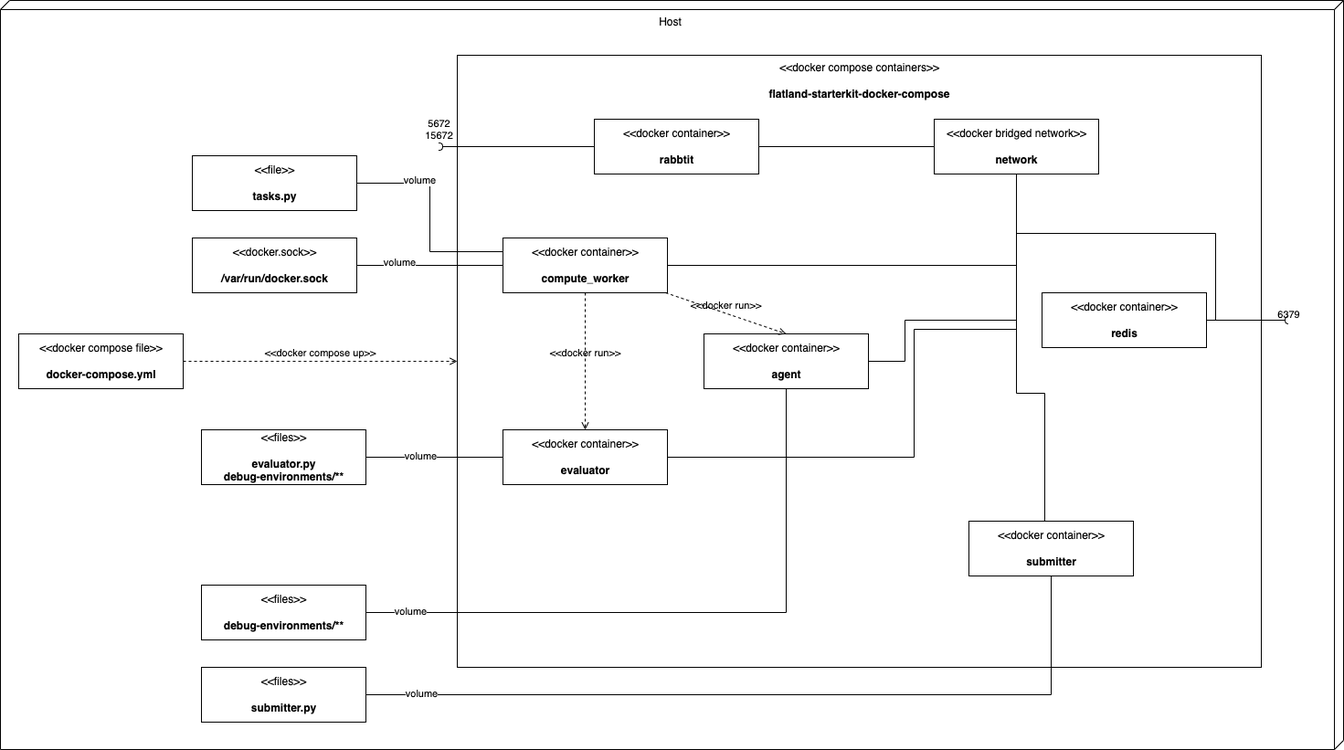
Before: evaluation/img/deployment.drawio.png, a diagram exported from draw.io (flatland-association/flatland-benchmarks). Source tidied: cells renumbered, new cells last; positions are measured from the earlier drawing's top-left corner, leaving out a move shared by most shapes.
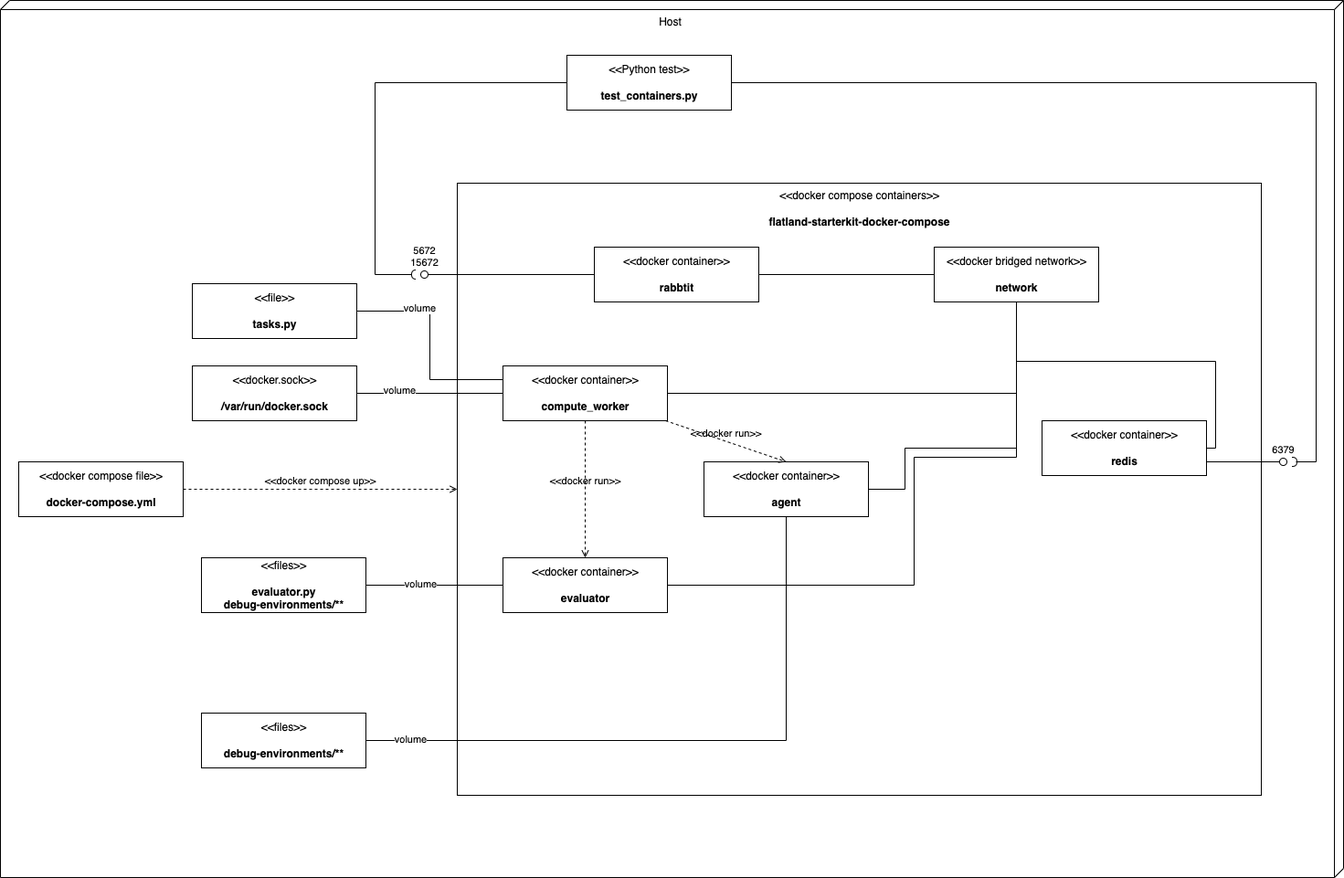
The same diagram one commit later.

The edit, as a diff of the source:
```diff
@@ -3,7 +3,7 @@
     <mxCell id="0" />
     <mxCell id="1" parent="0" />
     <mxCell id="2" value="Host" style="verticalAlign=top;align=center;shape=cube;size=10;direction=south;fontStyle=0;html=1;boundedLbl=1;spacingLeft=5;" parent="1" vertex="1">
-      <mxGeometry width="1470" height="820" as="geometry" />
+      <mxGeometry y="-140" width="1470" height="960" as="geometry" />
     </mxCell>
     <mxCell id="3" value="&amp;lt;&amp;lt;docker compose containers&amp;gt;&amp;gt;&lt;br&gt;&lt;br&gt;&lt;b&gt;flatland-starterkit-docker-compose&lt;/b&gt;" style="text;html=1;align=center;verticalAlign=top;dashed=0;fillColor=none;strokeColor=#000000;" parent="1" vertex="1">
       <mxGeometry x="500" y="60" width="880" height="670" as="geometry" />
@@ -26,11 +26,6 @@
     <mxCell id="9" value="&amp;lt;&amp;lt;docker compose up&amp;gt;&amp;gt;" style="html=1;verticalAlign=bottom;labelBackgroundColor=none;endArrow=open;endFill=0;dashed=1;rounded=0;exitX=1;exitY=0.5;exitDx=0;exitDy=0;" parent="1" edge="1" source="8" target="3">
       <mxGeometry relative="1" as="geometry" />
     </mxCell>
-    <mxCell id="10" value="5672&lt;br&gt;15672" style="html=1;verticalAlign=bottom;labelBackgroundColor=none;startArrow=halfCircle;startFill=0;startSize=2;endArrow=none;rounded=0;entryX=0;entryY=0.5;entryDx=0;entryDy=0;" parent="1" edge="1" target="4">
-      <mxGeometry x="-1" y="3" relative="1" as="geometry">
-        <mxPoint x="480" y="160" as="sourcePoint" />
-      </mxGeometry>
-    </mxCell>
     <mxCell id="11" style="endArrow=none;html=1;rounded=0;entryX=0;entryY=0.5;entryDx=0;entryDy=0;exitX=1;exitY=0.5;exitDx=0;exitDy=0;" parent="1" edge="1" source="4" target="7">
       <mxGeometry relative="1" as="geometry" />
     </mxCell>
@@ -52,9 +47,6 @@
     <mxCell id="17" value="&amp;lt;&amp;lt;docker run&amp;gt;&amp;gt;" style="html=1;verticalAlign=bottom;labelBackgroundColor=none;endArrow=open;endFill=0;dashed=1;rounded=0;entryX=0.5;entryY=0;entryDx=0;entryDy=0;" parent="1" edge="1" source="6" target="15">
       <mxGeometry relative="1" as="geometry" />
     </mxCell>
-    <mxCell id="18" value="&amp;lt;&amp;lt;docker container&amp;gt;&amp;gt;&lt;br&gt;&lt;br&gt;&lt;b&gt;submitter&lt;/b&gt;" style="text;html=1;align=center;verticalAlign=middle;dashed=0;fillColor=#ffffff;strokeColor=#000000;" parent="1" vertex="1">
-      <mxGeometry x="1060" y="570" width="180" height="60" as="geometry" />
-    </mxCell>
     <mxCell id="19" style="endArrow=none;html=1;rounded=0;edgeStyle=orthogonalEdgeStyle;entryX=0.5;entryY=1;entryDx=0;entryDy=0;" parent="1" edge="1" source="15" target="7">
       <mxGeometry relative="1" as="geometry">
         <Array as="points">
@@ -63,14 +55,6 @@
         </Array>
       </mxGeometry>
     </mxCell>
-    <mxCell id="20" style="endArrow=none;html=1;rounded=0;edgeStyle=orthogonalEdgeStyle;entryX=0.5;entryY=1;entryDx=0;entryDy=0;exitX=0.461;exitY=0;exitDx=0;exitDy=0;exitPerimeter=0;" parent="1" edge="1" source="18" target="7">
-      <mxGeometry relative="1" as="geometry">
-        <Array as="points">
-          <mxPoint x="1143" y="430" />
-          <mxPoint x="1112" y="430" />
-        </Array>
-      </mxGeometry>
-    </mxCell>
     <mxCell id="21" style="endArrow=none;html=1;rounded=0;edgeStyle=orthogonalEdgeStyle;entryX=0.5;entryY=1;entryDx=0;entryDy=0;" parent="1" edge="1" source="14" target="7">
       <mxGeometry relative="1" as="geometry">
         <Array as="points">
@@ -80,11 +64,6 @@
         </Array>
       </mxGeometry>
     </mxCell>
-    <mxCell id="22" value="6379" style="html=1;verticalAlign=bottom;labelBackgroundColor=none;startArrow=halfCircle;startFill=0;startSize=2;endArrow=none;rounded=0;" parent="1" edge="1" target="5">
-      <mxGeometry x="-1" y="3" relative="1" as="geometry">
-        <mxPoint x="1410" y="350" as="sourcePoint" />
-      </mxGeometry>
-    </mxCell>
     <mxCell id="23" value="&amp;lt;&amp;lt;files&amp;gt;&amp;gt;&lt;br&gt;&lt;br&gt;&lt;b&gt;evaluator.py&lt;br&gt;debug-environments/**&lt;br&gt;&lt;/b&gt;" style="text;html=1;align=center;verticalAlign=middle;dashed=0;fillColor=#ffffff;strokeColor=#000000;" parent="1" vertex="1">
       <mxGeometry x="220" y="470" width="180" height="60" as="geometry" />
     </mxCell>
@@ -121,14 +100,43 @@
     <mxCell id="34" value="volume" style="edgeLabel;html=1;align=center;verticalAlign=middle;" parent="33" vertex="1">
       <mxGeometry x="-0.42" y="4" relative="1" as="geometry" />
     </mxCell>
-    <mxCell id="35" value="&amp;lt;&amp;lt;files&amp;gt;&amp;gt;&lt;br&gt;&lt;br&gt;&lt;b&gt;submitter.py&lt;br&gt;&lt;/b&gt;" style="text;html=1;align=center;verticalAlign=middle;dashed=0;fillColor=#ffffff;strokeColor=#000000;" parent="1" vertex="1">
-      <mxGeometry x="220" y="730" width="180" height="60" as="geometry" />
+    <mxCell id="35" value="&amp;lt;&amp;lt;Python test&amp;gt;&amp;gt;&lt;br&gt;&lt;br&gt;&lt;b&gt;test_containers.py&lt;br&gt;&lt;/b&gt;" style="text;html=1;align=center;verticalAlign=middle;dashed=0;fillColor=#ffffff;strokeColor=#000000;" parent="1" vertex="1">
+      <mxGeometry x="620" y="-80" width="180" height="60" as="geometry" />
     </mxCell>
-    <mxCell id="36" style="endArrow=none;html=1;rounded=0;exitX=1;exitY=0.5;exitDx=0;exitDy=0;edgeStyle=orthogonalEdgeStyle;" parent="1" edge="1" source="35" target="18">
-      <mxGeometry relative="1" as="geometry" />
-    </mxCell>
-    <mxCell id="37" value="volume" style="edgeLabel;html=1;align=center;verticalAlign=middle;" parent="36" vertex="1">
-      <mxGeometry x="-0.86" y="2" relative="1" as="geometry" />
-    </mxCell>
+    <mxCell id="38" style="endArrow=none;html=1;rounded=0;align=center;verticalAlign=top;endFill=0;labelBackgroundColor=none;endSize=2;exitX=1;exitY=0.75;exitDx=0;exitDy=0;" parent="1" edge="1" source="5" target="22">
+      <mxGeometry relative="1" as="geometry" />
+    </mxCell>
+    <mxCell id="22" value="6379" style="ellipse;html=1;fontSize=11;align=center;fillColor=none;points=[];verticalAlign=bottom;labelPosition=center;verticalLabelPosition=top;flipH=1;" parent="1" vertex="1">
+      <mxGeometry x="1400" y="361" width="8" height="8" as="geometry" />
+    </mxCell>
+    <mxCell id="39" style="endArrow=none;html=1;rounded=0;align=center;verticalAlign=top;endFill=0;labelBackgroundColor=none;endSize=2;exitX=0;exitY=0.5;exitDx=0;exitDy=0;" parent="1" edge="1" source="4" target="10">
+      <mxGeometry relative="1" as="geometry" />
+    </mxCell>
+    <mxCell id="10" value="5672&lt;br&gt;15672" style="ellipse;html=1;fontSize=11;align=center;fillColor=none;points=[];verticalAlign=bottom;labelPosition=center;verticalLabelPosition=top;flipH=1;" parent="1" vertex="1">
+      <mxGeometry x="460" y="156" width="8" height="8" as="geometry" />
+    </mxCell>
+    <mxCell id="40" style="endArrow=none;html=1;rounded=0;align=center;verticalAlign=top;endFill=0;labelBackgroundColor=none;endSize=2;exitX=0;exitY=0.5;exitDx=0;exitDy=0;" parent="1" edge="1" source="35" target="41">
+      <mxGeometry relative="1" as="geometry">
+        <Array as="points">
+          <mxPoint x="410" y="-50" />
+          <mxPoint x="410" y="160" />
+        </Array>
+      </mxGeometry>
+    </mxCell>
+    <mxCell id="41" style="shape=requiredInterface;html=1;fontSize=11;align=center;fillColor=none;points=[];verticalAlign=bottom;labelPosition=center;verticalLabelPosition=top;flipH=1;" parent="1" vertex="1">
+      <mxGeometry x="450" y="155" width="5" height="10" as="geometry" />
+    </mxCell>
+    <mxCell id="42" style="endArrow=none;html=1;rounded=0;align=center;verticalAlign=top;endFill=0;labelBackgroundColor=none;endSize=2;entryX=0.8;entryY=0.5;entryDx=0;entryDy=0;entryPerimeter=0;" parent="1" edge="1" target="43">
+      <mxGeometry relative="1" as="geometry">
+        <mxPoint x="800" y="-50" as="sourcePoint" />
+        <Array as="points">
+          <mxPoint x="1440" y="-50" />
+          <mxPoint x="1440" y="365" />
+        </Array>
+      </mxGeometry>
+    </mxCell>
+    <mxCell id="43" style="shape=requiredInterface;html=1;fontSize=11;align=center;fillColor=none;points=[];verticalAlign=bottom;labelPosition=center;verticalLabelPosition=top;flipH=0;flipV=1;" parent="1" vertex="1">
+      <mxGeometry x="1414" y="360" width="5" height="10" as="geometry" />
+    </mxCell>
   </root>
 </mxGraphModel>
```
